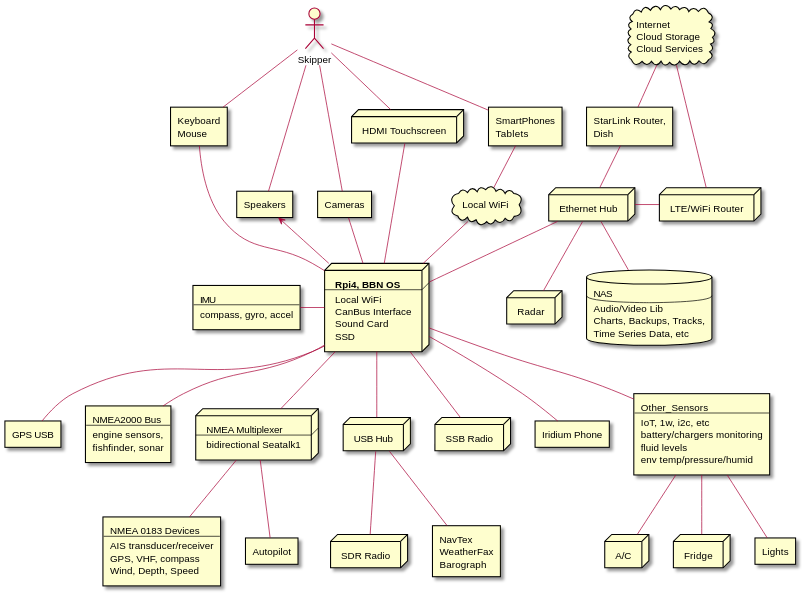
Earlier version of the PlantUML export docs/images/system-arch.svg (bareboat-necessities/my-bareboat).
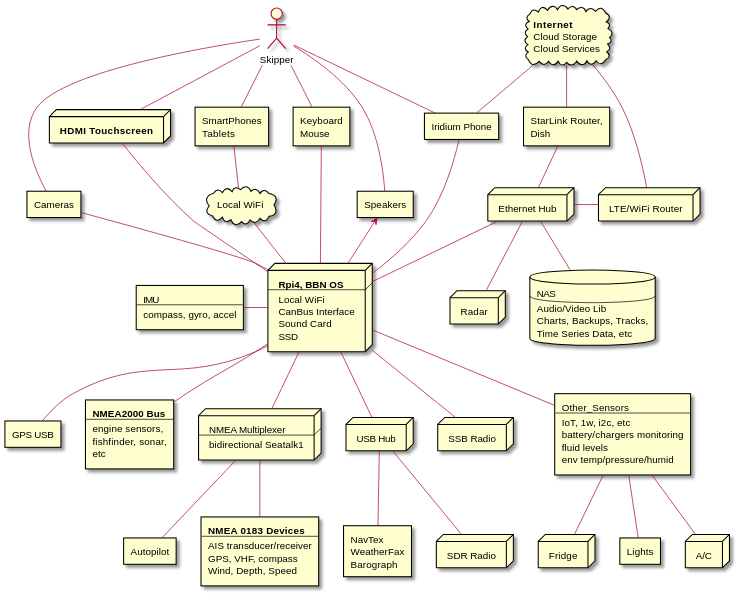
Later version of the same file.

Commit message:
better diagrams

Diff of the diagram source:
```diff
@@ -24,10 +24,11 @@
 ]
 
 rectangle NMEA_2000 [
- NMEA2000 Bus
+ <b>NMEA2000 Bus
  ----
  engine sensors,
- fishfinder, sonar
+ fishfinder, sonar,
+ etc
 ]
 
 node NMEA_Mux [
@@ -37,7 +38,7 @@
 ]
 
 rectangle NMEA_0183 [
- NMEA 0183 Devices
+ <b>NMEA 0183 Devices
  ----
  AIS transducer/receiver
  GPS, VHF, compass
@@ -70,7 +71,7 @@
 ]
 
 node Touchscreen [
- HDMI Touchscreen
+ <b>HDMI Touchscreen
 ]
 
 rectangle Speakers [
@@ -143,7 +144,7 @@
 ]
 
 cloud Cloud_Internet [
- Internet
+ <b>Internet
  Cloud Storage
  Cloud Services
 ]
@@ -158,7 +159,7 @@
 RPI -u- Cameras
 RPI -u-> Speakers
 RPI -- SSB
-RPI -- Iridium
+RPI -u- Iridium
 RPI -- Other_Sensors
 RPI -u- WiFi_Local
 RPI -u- Keyboard_Mouse
@@ -182,10 +183,12 @@
 
 Cloud_Internet -- Dish_Router
 Cloud_Internet -- Router
+Cloud_Internet -- Iridium
 
 Skipper -- Touchscreen
 Skipper -- Speakers
 Skipper -- Cameras
+Skipper -- Iridium
 Skipper -- SmartPhone
 Skipper -- Keyboard_Mouse
 
```
